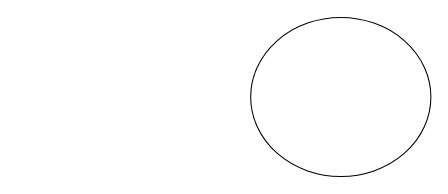
McLovin-81/trade-hub keeps this draw.io diagram as doc/sketches/Untitled Diagram.drawio. Above is the earlier version. Source tidied: cells renumbered, new cells numbered last; positions are measured from the earlier drawing's top-left corner, leaving out a move shared by most shapes. Both pictures are drawn from the tidied source at 106%, with x=0, y=0 at pixel (250, 17).
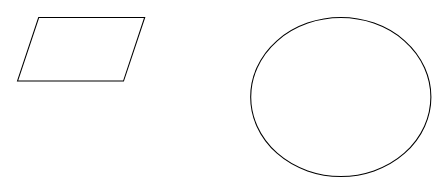
After the change.

Change to the diagram source:
```diff
@@
 <mxGraphModel>
   <root>
     <mxCell id="0" />
     <mxCell id="1" parent="0" />
     <mxCell id="2" style="ellipse;whiteSpace=wrap;html=1;" parent="1" vertex="1">
       <mxGeometry width="170" height="150" as="geometry" />
     </mxCell>
+    <mxCell id="3" style="shape=parallelogram;perimeter=parallelogramPerimeter;whiteSpace=wrap;html=1;fixedSize=1;" parent="1" vertex="1">
+      <mxGeometry x="-220" width="120" height="60" as="geometry" />
+    </mxCell>
   </root>
 </mxGraphModel>
```
